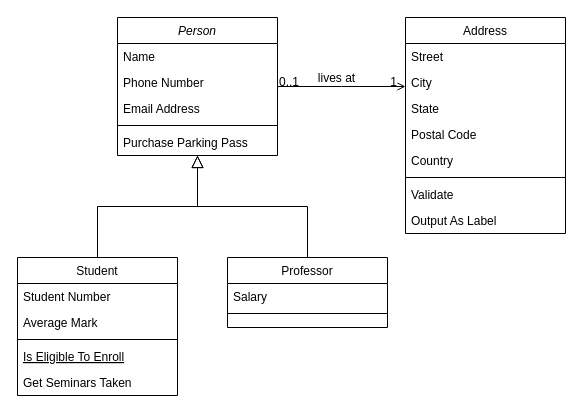
Above: Diagrama sin título.drawio in warydiaz/estudioPosgrado (draw.io), before the change. Source tidied: cells renumbered, new cells numbered last; positions are measured from the earlier drawing's top-left corner, leaving out a move shared by most shapes. Both pictures are drawn from the tidied source at 100%, with x=0, y=0 at pixel (17, 17).
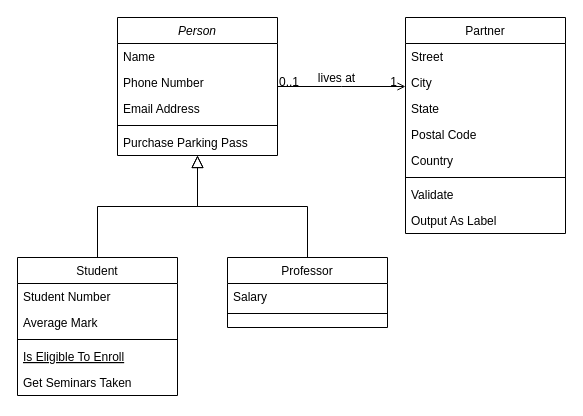
The same page after the edit.

Diff of the diagram source:
```diff
@@
-    <mxCell id="19" value="Address" style="swimlane;fontStyle=0;align=center;verticalAlign=top;horizontal=1;startSize=26;rounded=0;shadow=0;strokeWidth=1;" parent="1" vertex="1">
+    <mxCell id="19" value="Partner" style="swimlane;fontStyle=0;align=center;verticalAlign=top;horizontal=1;startSize=26;rounded=0;shadow=0;strokeWidth=1;" parent="1" vertex="1">
       <mxGeometry x="388" width="160" height="216" as="geometry" />
     </mxCell>
```
